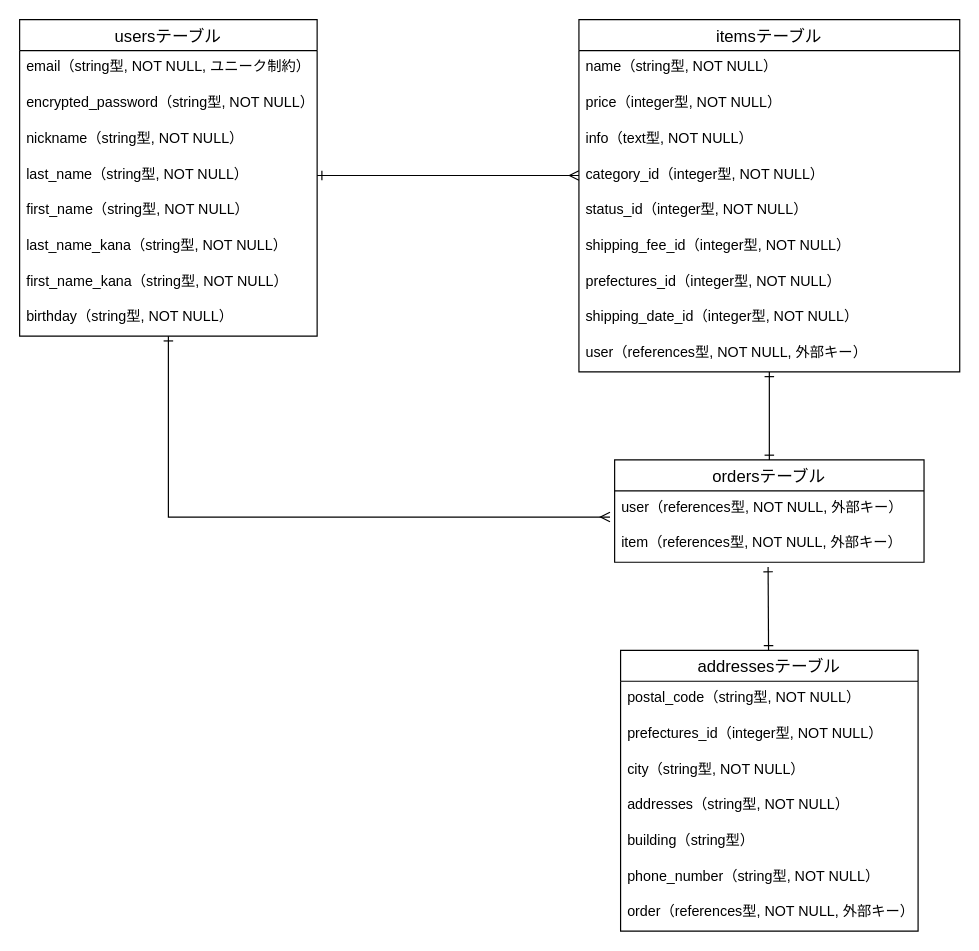
Above: er.dio in knmr-k/furima-39577 (draw.io), before the change. Source tidied: cells renumbered, new cells numbered last; positions are measured from the earlier drawing's top-left corner, leaving out a move shared by most shapes. Both pictures are drawn from the tidied source at 119%, with x=0, y=0 at pixel (19, 19).
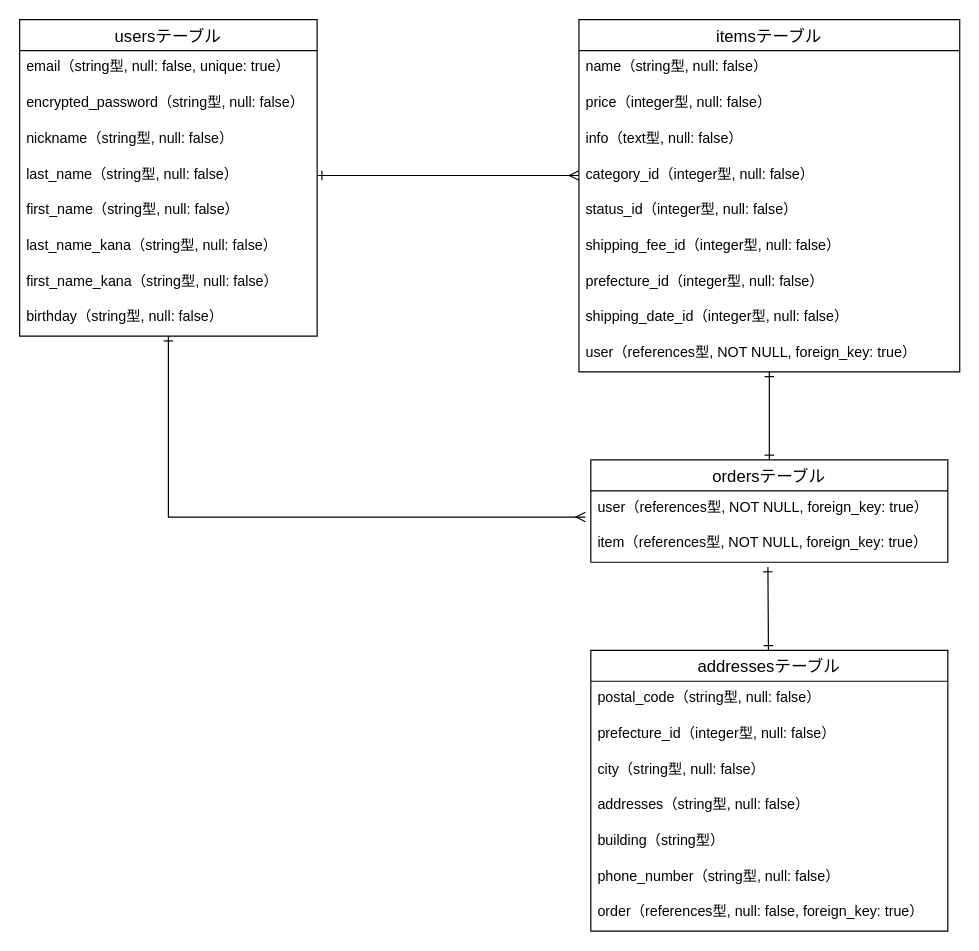
The same diagram, later.

The change refers to these unchanged cells:
```xml
<mxCell id="2" value="usersテーブル" style="swimlane;fontStyle=0;horizontal=1;startSize=26;align=center;fontSize=14;fontColor=default;" parent="1" vertex="1">
  <mxGeometry width="250" height="266" as="geometry" />
</mxCell>
<mxCell id="11" value="itemsテーブル" style="swimlane;fontStyle=0;horizontal=1;startSize=26;align=center;fontSize=14;" parent="1" vertex="1">
  <mxGeometry x="470" width="320" height="296" as="geometry" />
</mxCell>
```

Change to the diagram source:
```diff
@@
-    <mxCell id="3" value="email（string型, NOT NULL, ユニーク制約）" style="text;strokeColor=none;fillColor=none;spacingLeft=4;spacingRight=4;overflow=hidden;fontSize=12;" parent="2" vertex="1">
+    <mxCell id="3" value="email（string型, null: false, unique: true）" style="text;strokeColor=none;fillColor=none;spacingLeft=4;spacingRight=4;overflow=hidden;fontSize=12;" parent="2" vertex="1">
       <mxGeometry y="26" width="250" height="30" as="geometry" />
     </mxCell>
-    <mxCell id="4" value="encrypted_password（string型, NOT NULL）" style="text;strokeColor=none;fillColor=none;spacingLeft=4;spacingRight=4;overflow=hidden;fontSize=12;" parent="2" vertex="1">
+    <mxCell id="4" value="encrypted_password（string型, null: false）" style="text;strokeColor=none;fillColor=none;spacingLeft=4;spacingRight=4;overflow=hidden;fontSize=12;" parent="2" vertex="1">
       <mxGeometry y="56" width="250" height="30" as="geometry" />
     </mxCell>
-    <mxCell id="5" value="nickname（string型, NOT NULL）" style="text;strokeColor=none;fillColor=none;spacingLeft=4;spacingRight=4;overflow=hidden;fontSize=12;" parent="2" vertex="1">
+    <mxCell id="5" value="nickname（string型, null: false）" style="text;strokeColor=none;fillColor=none;spacingLeft=4;spacingRight=4;overflow=hidden;fontSize=12;" parent="2" vertex="1">
       <mxGeometry y="86" width="250" height="30" as="geometry" />
     </mxCell>
-    <mxCell id="6" value="last_name（string型, NOT NULL）" style="text;strokeColor=none;fillColor=none;spacingLeft=4;spacingRight=4;overflow=hidden;points=[[0,0.5],[1,0.5]];portConstraint=eastwest;fontSize=12;" parent="2" vertex="1">
+    <mxCell id="6" value="last_name（string型, null: false）" style="text;strokeColor=none;fillColor=none;spacingLeft=4;spacingRight=4;overflow=hidden;points=[[0,0.5],[1,0.5]];portConstraint=eastwest;fontSize=12;" parent="2" vertex="1">
       <mxGeometry y="116" width="250" height="30" as="geometry" />
     </mxCell>
-    <mxCell id="7" value="first_name（string型, NOT NULL）" style="text;strokeColor=none;fillColor=none;spacingLeft=4;spacingRight=4;overflow=hidden;fontSize=12;" parent="2" vertex="1">
+    <mxCell id="7" value="first_name（string型, null: false）" style="text;strokeColor=none;fillColor=none;spacingLeft=4;spacingRight=4;overflow=hidden;fontSize=12;" parent="2" vertex="1">
       <mxGeometry y="146" width="250" height="30" as="geometry" />
     </mxCell>
-    <mxCell id="8" value="last_name_kana（string型, NOT NULL）" style="text;strokeColor=none;fillColor=none;spacingLeft=4;spacingRight=4;overflow=hidden;fontSize=12;" parent="2" vertex="1">
+    <mxCell id="8" value="last_name_kana（string型, null: false）" style="text;strokeColor=none;fillColor=none;spacingLeft=4;spacingRight=4;overflow=hidden;fontSize=12;" parent="2" vertex="1">
       <mxGeometry y="176" width="250" height="30" as="geometry" />
     </mxCell>
-    <mxCell id="9" value="first_name_kana（string型, NOT NULL）" style="text;strokeColor=none;fillColor=none;spacingLeft=4;spacingRight=4;overflow=hidden;fontSize=12;" parent="2" vertex="1">
+    <mxCell id="9" value="first_name_kana（string型, null: false）" style="text;strokeColor=none;fillColor=none;spacingLeft=4;spacingRight=4;overflow=hidden;fontSize=12;" parent="2" vertex="1">
       <mxGeometry y="206" width="250" height="30" as="geometry" />
     </mxCell>
-    <mxCell id="10" value="birthday（string型, NOT NULL）" style="text;strokeColor=none;fillColor=none;spacingLeft=4;spacingRight=4;overflow=hidden;points=[[0,0.5],[1,0.5]];portConstraint=eastwest;fontSize=12;" parent="2" vertex="1">
+    <mxCell id="10" value="birthday（string型, null: false）" style="text;strokeColor=none;fillColor=none;spacingLeft=4;spacingRight=4;overflow=hidden;points=[[0,0.5],[1,0.5]];portConstraint=eastwest;fontSize=12;" parent="2" vertex="1">
       <mxGeometry y="236" width="250" height="30" as="geometry" />
     </mxCell>
@@
-    <mxCell id="12" value="name（string型, NOT NULL）" style="text;strokeColor=none;fillColor=none;spacingLeft=4;spacingRight=4;overflow=hidden;fontSize=12;" parent="11" vertex="1">
+    <mxCell id="12" value="name（string型, null: false）" style="text;strokeColor=none;fillColor=none;spacingLeft=4;spacingRight=4;overflow=hidden;fontSize=12;" parent="11" vertex="1">
       <mxGeometry y="26" width="320" height="30" as="geometry" />
     </mxCell>
-    <mxCell id="13" value="price（integer型, NOT NULL）" style="text;strokeColor=none;fillColor=none;spacingLeft=4;spacingRight=4;overflow=hidden;fontSize=12;" parent="11" vertex="1">
+    <mxCell id="13" value="price（integer型, null: false）" style="text;strokeColor=none;fillColor=none;spacingLeft=4;spacingRight=4;overflow=hidden;fontSize=12;" parent="11" vertex="1">
       <mxGeometry y="56" width="320" height="30" as="geometry" />
     </mxCell>
-    <mxCell id="14" value="info（text型, NOT NULL）" style="text;strokeColor=none;fillColor=none;spacingLeft=4;spacingRight=4;overflow=hidden;fontSize=12;" parent="11" vertex="1">
+    <mxCell id="14" value="info（text型, null: false）" style="text;strokeColor=none;fillColor=none;spacingLeft=4;spacingRight=4;overflow=hidden;fontSize=12;" parent="11" vertex="1">
       <mxGeometry y="86" width="320" height="30" as="geometry" />
     </mxCell>
-    <mxCell id="15" value="category_id（integer型, NOT NULL）" style="text;strokeColor=none;fillColor=none;spacingLeft=4;spacingRight=4;overflow=hidden;points=[[0,0.5],[1,0.5]];portConstraint=eastwest;fontSize=12;" parent="11" vertex="1">
+    <mxCell id="15" value="category_id（integer型, null: false）" style="text;strokeColor=none;fillColor=none;spacingLeft=4;spacingRight=4;overflow=hidden;points=[[0,0.5],[1,0.5]];portConstraint=eastwest;fontSize=12;" parent="11" vertex="1">
       <mxGeometry y="116" width="320" height="30" as="geometry" />
     </mxCell>
-    <mxCell id="16" value="status_id（integer型, NOT NULL）" style="text;strokeColor=none;fillColor=none;spacingLeft=4;spacingRight=4;overflow=hidden;fontSize=12;" parent="11" vertex="1">
+    <mxCell id="16" value="status_id（integer型, null: false）" style="text;strokeColor=none;fillColor=none;spacingLeft=4;spacingRight=4;overflow=hidden;fontSize=12;labelBackgroundColor=none;" parent="11" vertex="1">
       <mxGeometry y="146" width="320" height="30" as="geometry" />
     </mxCell>
-    <mxCell id="17" value="shipping_fee_id（integer型, NOT NULL）" style="text;strokeColor=none;fillColor=none;spacingLeft=4;spacingRight=4;overflow=hidden;fontSize=12;" parent="11" vertex="1">
+    <mxCell id="17" value="shipping_fee_id（integer型, null: false）" style="text;strokeColor=none;fillColor=none;spacingLeft=4;spacingRight=4;overflow=hidden;fontSize=12;" parent="11" vertex="1">
       <mxGeometry y="176" width="320" height="30" as="geometry" />
     </mxCell>
-    <mxCell id="18" value="prefectures_id（integer型, NOT NULL）" style="text;strokeColor=none;fillColor=none;spacingLeft=4;spacingRight=4;overflow=hidden;fontSize=12;" parent="11" vertex="1">
+    <mxCell id="18" value="prefecture_id（integer型, null: false）" style="text;strokeColor=none;fillColor=none;spacingLeft=4;spacingRight=4;overflow=hidden;fontSize=12;" parent="11" vertex="1">
       <mxGeometry y="206" width="320" height="30" as="geometry" />
     </mxCell>
-    <mxCell id="19" value="shipping_date_id（integer型, NOT NULL）" style="text;strokeColor=none;fillColor=none;spacingLeft=4;spacingRight=4;overflow=hidden;fontSize=12;" parent="11" vertex="1">
+    <mxCell id="19" value="shipping_date_id（integer型, null: false）" style="text;strokeColor=none;fillColor=none;spacingLeft=4;spacingRight=4;overflow=hidden;fontSize=12;" parent="11" vertex="1">
       <mxGeometry y="236" width="320" height="30" as="geometry" />
     </mxCell>
-    <mxCell id="20" value="user（references型, NOT NULL, 外部キー）" style="text;strokeColor=none;fillColor=none;spacingLeft=4;spacingRight=4;overflow=hidden;points=[[0,0.5],[1,0.5]];portConstraint=eastwest;fontSize=12;" parent="11" vertex="1">
+    <mxCell id="20" value="user（references型, NOT NULL, foreign_key: true）" style="text;strokeColor=none;fillColor=none;spacingLeft=4;spacingRight=4;overflow=hidden;points=[[0,0.5],[1,0.5]];portConstraint=eastwest;fontSize=12;" parent="11" vertex="1">
       <mxGeometry y="266" width="320" height="30" as="geometry" />
     </mxCell>
@@
     <mxCell id="22" value="ordersテーブル" style="swimlane;fontStyle=0;horizontal=1;startSize=26;align=center;fontSize=14;" parent="1" vertex="1">
-      <mxGeometry x="500" y="370" width="260" height="86" as="geometry" />
+      <mxGeometry x="480" y="370" width="300" height="86" as="geometry" />
     </mxCell>
-    <mxCell id="23" value="user（references型, NOT NULL, 外部キー）" style="text;strokeColor=none;fillColor=none;spacingLeft=4;spacingRight=4;overflow=hidden;points=[[0,0.5],[1,0.5]];portConstraint=eastwest;fontSize=12;" parent="22" vertex="1">
-      <mxGeometry y="26" width="260" height="30" as="geometry" />
+    <mxCell id="23" value="user（references型, NOT NULL, foreign_key: true）" style="text;strokeColor=none;fillColor=none;spacingLeft=4;spacingRight=4;overflow=hidden;points=[[0,0.5],[1,0.5]];portConstraint=eastwest;fontSize=12;" parent="22" vertex="1">
+      <mxGeometry y="26" width="300" height="30" as="geometry" />
     </mxCell>
-    <mxCell id="24" value="item（references型, NOT NULL, 外部キー）" style="text;strokeColor=none;fillColor=none;spacingLeft=4;spacingRight=4;overflow=hidden;points=[[0,0.5],[1,0.5]];portConstraint=eastwest;fontSize=12;" parent="22" vertex="1">
-      <mxGeometry y="56" width="260" height="30" as="geometry" />
+    <mxCell id="24" value="item（references型, NOT NULL, foreign_key: true）" style="text;strokeColor=none;fillColor=none;spacingLeft=4;spacingRight=4;overflow=hidden;points=[[0,0.5],[1,0.5]];portConstraint=eastwest;fontSize=12;" parent="22" vertex="1">
+      <mxGeometry y="56" width="300" height="30" as="geometry" />
     </mxCell>
@@
     <mxCell id="26" value="addressesテーブル" style="swimlane;fontStyle=0;horizontal=1;startSize=26;align=center;fontSize=14;" parent="1" vertex="1">
-      <mxGeometry x="505" y="530" width="250" height="236" as="geometry" />
+      <mxGeometry x="480" y="530" width="300" height="236" as="geometry" />
     </mxCell>
-    <mxCell id="27" value="postal_code（string型, NOT NULL）" style="text;strokeColor=none;fillColor=none;spacingLeft=4;spacingRight=4;overflow=hidden;fontSize=12;" parent="26" vertex="1">
-      <mxGeometry y="26" width="250" height="30" as="geometry" />
+    <mxCell id="27" value="postal_code（string型, null: false）" style="text;strokeColor=none;fillColor=none;spacingLeft=4;spacingRight=4;overflow=hidden;fontSize=12;" parent="26" vertex="1">
+      <mxGeometry y="26" width="300" height="30" as="geometry" />
     </mxCell>
-    <mxCell id="28" value="prefectures_id（integer型, NOT NULL）" style="text;strokeColor=none;fillColor=none;spacingLeft=4;spacingRight=4;overflow=hidden;fontSize=12;" parent="26" vertex="1">
-      <mxGeometry y="56" width="250" height="30" as="geometry" />
+    <mxCell id="28" value="prefecture_id（integer型, null: false）" style="text;strokeColor=none;fillColor=none;spacingLeft=4;spacingRight=4;overflow=hidden;fontSize=12;" parent="26" vertex="1">
+      <mxGeometry y="56" width="300" height="30" as="geometry" />
     </mxCell>
-    <mxCell id="29" value="city（string型, NOT NULL）" style="text;strokeColor=none;fillColor=none;spacingLeft=4;spacingRight=4;overflow=hidden;fontSize=12;" parent="26" vertex="1">
-      <mxGeometry y="86" width="250" height="30" as="geometry" />
+    <mxCell id="29" value="city（string型, null: false）" style="text;strokeColor=none;fillColor=none;spacingLeft=4;spacingRight=4;overflow=hidden;fontSize=12;" parent="26" vertex="1">
+      <mxGeometry y="86" width="300" height="30" as="geometry" />
     </mxCell>
-    <mxCell id="30" value="addresses（string型, NOT NULL）" style="text;strokeColor=none;fillColor=none;spacingLeft=4;spacingRight=4;overflow=hidden;fontSize=12;" parent="26" vertex="1">
-      <mxGeometry y="116" width="250" height="30" as="geometry" />
+    <mxCell id="30" value="addresses（string型, null: false）" style="text;strokeColor=none;fillColor=none;spacingLeft=4;spacingRight=4;overflow=hidden;fontSize=12;" parent="26" vertex="1">
+      <mxGeometry y="116" width="300" height="30" as="geometry" />
     </mxCell>
     <mxCell id="31" value="building（string型）" style="text;strokeColor=none;fillColor=none;spacingLeft=4;spacingRight=4;overflow=hidden;fontSize=12;" parent="26" vertex="1">
-      <mxGeometry y="146" width="250" height="30" as="geometry" />
+      <mxGeometry y="146" width="300" height="30" as="geometry" />
     </mxCell>
-    <mxCell id="32" value="phone_number（string型, NOT NULL）" style="text;strokeColor=none;fillColor=none;spacingLeft=4;spacingRight=4;overflow=hidden;fontSize=12;" parent="26" vertex="1">
-      <mxGeometry y="176" width="250" height="30" as="geometry" />
+    <mxCell id="32" value="phone_number（string型, null: false）" style="text;strokeColor=none;fillColor=none;spacingLeft=4;spacingRight=4;overflow=hidden;fontSize=12;" parent="26" vertex="1">
+      <mxGeometry y="176" width="300" height="30" as="geometry" />
     </mxCell>
-    <mxCell id="33" value="order（references型, NOT NULL, 外部キー）" style="text;strokeColor=none;fillColor=none;spacingLeft=4;spacingRight=4;overflow=hidden;fontSize=12;" parent="26" vertex="1">
-      <mxGeometry y="206" width="250" height="30" as="geometry" />
+    <mxCell id="33" value="order（references型, null: false, foreign_key: true）" style="text;strokeColor=none;fillColor=none;spacingLeft=4;spacingRight=4;overflow=hidden;fontSize=12;" parent="26" vertex="1">
+      <mxGeometry y="206" width="300" height="30" as="geometry" />
     </mxCell>
```
